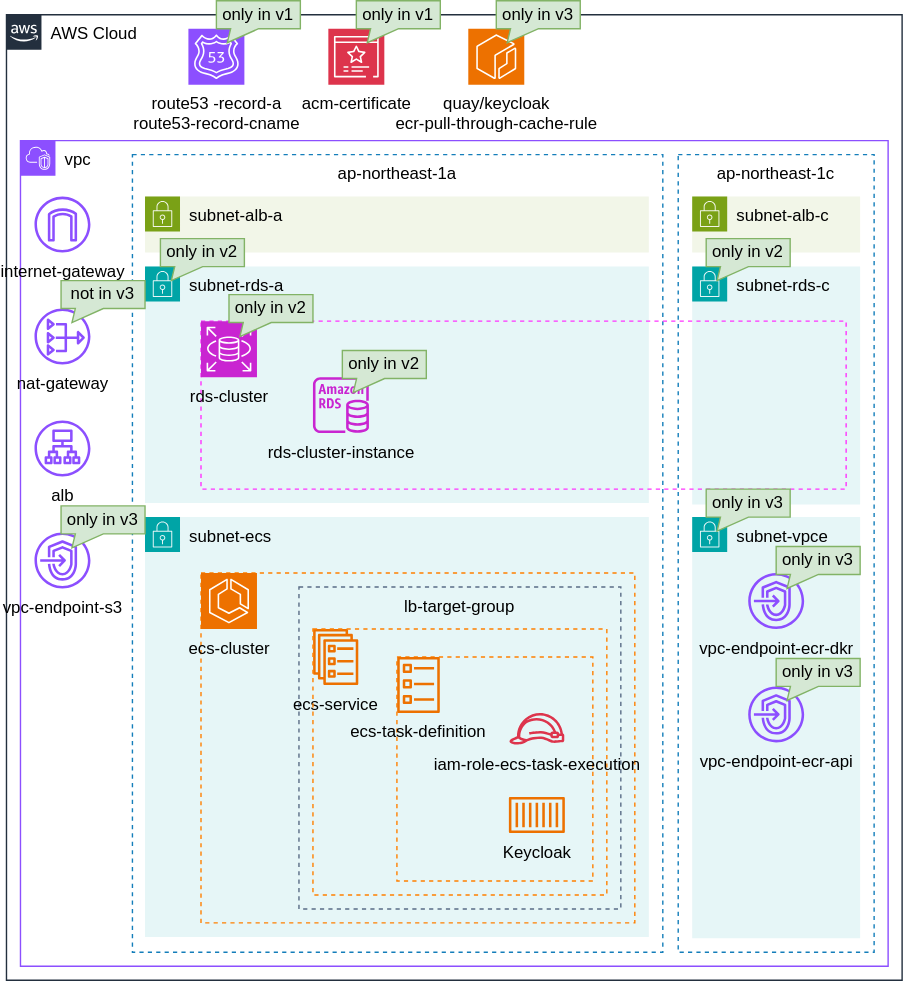
Before: AWS/tf-keycloak/tf-keycloak.drawio.svg, a diagram exported from draw.io (cksittech/terraform-templates). Source tidied: cells renumbered, new cells last; positions are measured from the earlier drawing's top-left corner, leaving out a move shared by most shapes.
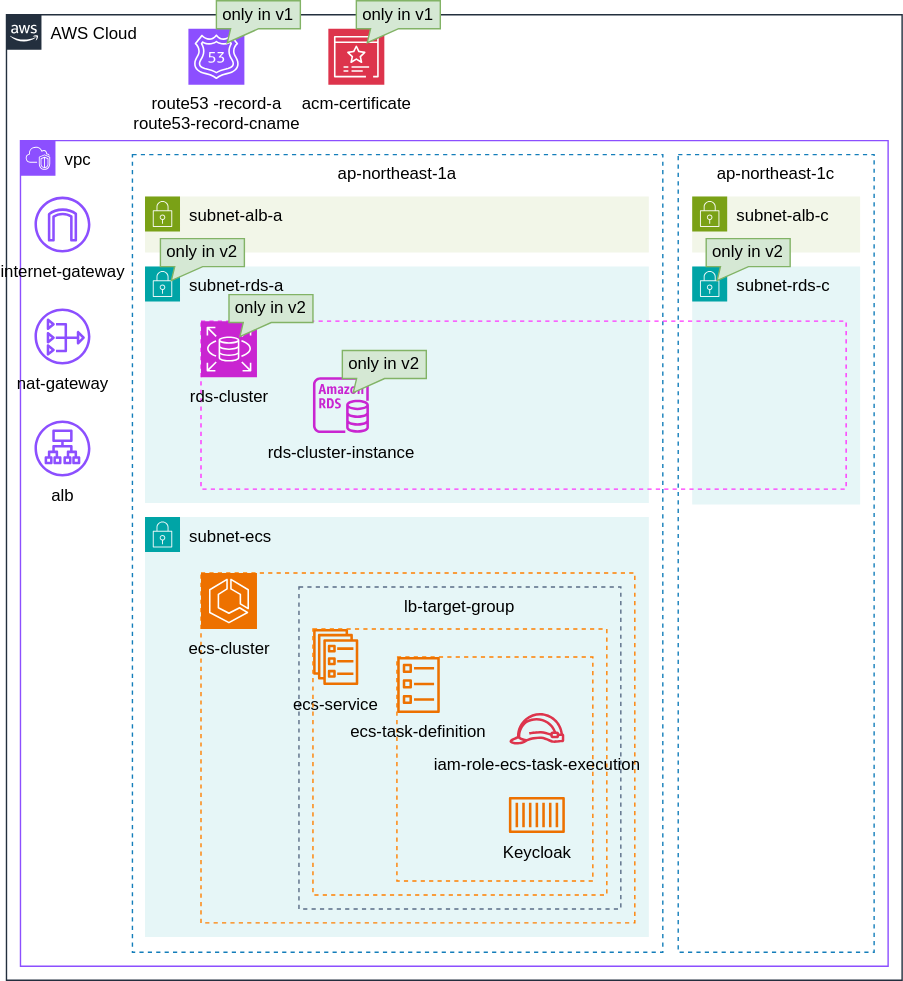
After the commit.

What changed in the source:
```diff
@@ -11,9 +11,6 @@
     <mxCell id="4" value="acm-certificate" style="sketch=0;fontColor=#000000;fillColor=#DD344C;strokeColor=#ffffff;dashed=0;verticalLabelPosition=bottom;verticalAlign=top;align=center;html=1;fontSize=12;fontStyle=0;shape=mxgraph.aws4.resourceIcon;resIcon=mxgraph.aws4.certificate_manager_3;" parent="2" vertex="1">
       <mxGeometry x="230" y="10" width="40" height="40" as="geometry" />
     </mxCell>
-    <mxCell id="5" value="&lt;font style=&quot;color: rgb(0, 0, 0);&quot;&gt;quay/keycloak&lt;/font&gt;&lt;div&gt;&lt;font style=&quot;color: rgb(0, 0, 0);&quot;&gt;ecr-pull-through-cache-rule&lt;/font&gt;&lt;/div&gt;" style="sketch=0;fontColor=#232F3E;fillColor=#ED7100;strokeColor=#ffffff;dashed=0;verticalLabelPosition=bottom;verticalAlign=top;align=center;html=1;fontSize=12;fontStyle=0;shape=mxgraph.aws4.resourceIcon;resIcon=mxgraph.aws4.ecr;" parent="2" vertex="1">
-      <mxGeometry x="330" y="10" width="40" height="40" as="geometry" />
-    </mxCell>
     <mxCell id="6" value="&lt;div&gt;&lt;span style=&quot;background-color: transparent;&quot;&gt;&lt;font style=&quot;color: rgb(0, 0, 0);&quot;&gt;vpc&lt;/font&gt;&lt;/span&gt;&lt;/div&gt;" style="gradientColor=none;html=1;whiteSpace=wrap;fontSize=12;fontStyle=0;shape=mxgraph.aws4.group;grIcon=mxgraph.aws4.group_vpc2;strokeColor=#8C4FFF;fillColor=none;verticalAlign=top;align=left;spacingLeft=30;fontColor=#000000;dashed=0;" parent="1" vertex="1">
       <mxGeometry x="10" y="100" width="620" height="590" as="geometry" />
     </mxCell>
@@ -98,41 +95,11 @@
     <mxCell id="33" value="only in v2" style="shape=callout;whiteSpace=wrap;html=1;perimeter=calloutPerimeter;fillColor=#d5e8d4;strokeColor=#82b366;size=10;position=0.17;base=20;position2=0.13;" parent="6" vertex="1">
       <mxGeometry x="490" y="70" width="60" height="30" as="geometry" />
     </mxCell>
-    <mxCell id="34" value="subnet-vpce" style="gradientColor=none;html=1;whiteSpace=wrap;fontSize=12;fontStyle=0;shape=mxgraph.aws4.group;grIcon=mxgraph.aws4.group_security_group;grStroke=0;strokeColor=#00A4A6;fillColor=#E6F6F7;verticalAlign=top;align=left;spacingLeft=30;fontColor=#000000;dashed=0;" parent="6" vertex="1">
-      <mxGeometry x="480" y="269" width="120" height="301" as="geometry" />
-    </mxCell>
-    <mxCell id="35" value="&lt;font style=&quot;color: rgb(0, 0, 0);&quot;&gt;vpc-endpoint-s3&lt;/font&gt;" style="sketch=0;fontColor=#000000;gradientColor=none;fillColor=#8C4FFF;strokeColor=none;dashed=0;verticalLabelPosition=bottom;verticalAlign=top;align=center;html=1;fontSize=12;fontStyle=0;shape=mxgraph.aws4.endpoints;" parent="6" vertex="1">
-      <mxGeometry x="10" y="280" width="40" height="40" as="geometry" />
-    </mxCell>
-    <mxCell id="36" value="vpc-endpoint-ecr-api" style="sketch=0;fontColor=#000000;gradientColor=none;fillColor=#8C4FFF;strokeColor=none;dashed=0;verticalLabelPosition=bottom;verticalAlign=top;align=center;html=1;fontSize=12;fontStyle=0;shape=mxgraph.aws4.endpoints;" parent="6" vertex="1">
-      <mxGeometry x="520" y="390" width="40" height="40" as="geometry" />
-    </mxCell>
-    <mxCell id="37" value="&lt;font style=&quot;color: rgb(0, 0, 0);&quot;&gt;vpc-endpoint-ecr-dkr&lt;/font&gt;" style="sketch=0;fontColor=#000000;gradientColor=none;fillColor=#8C4FFF;strokeColor=none;dashed=0;verticalLabelPosition=bottom;verticalAlign=top;align=center;html=1;fontSize=12;fontStyle=0;shape=mxgraph.aws4.endpoints;" parent="6" vertex="1">
-      <mxGeometry x="520" y="309" width="40" height="40" as="geometry" />
-    </mxCell>
-    <mxCell id="38" value="only in v3" style="shape=callout;whiteSpace=wrap;html=1;perimeter=calloutPerimeter;fillColor=#d5e8d4;strokeColor=#82b366;size=10;position=0.17;base=20;position2=0.13;" parent="6" vertex="1">
-      <mxGeometry x="29" y="261" width="60" height="30" as="geometry" />
-    </mxCell>
-    <mxCell id="39" value="only in v3" style="shape=callout;whiteSpace=wrap;html=1;perimeter=calloutPerimeter;fillColor=#d5e8d4;strokeColor=#82b366;size=10;position=0.17;base=20;position2=0.13;" parent="6" vertex="1">
-      <mxGeometry x="540" y="290" width="60" height="30" as="geometry" />
-    </mxCell>
-    <mxCell id="40" value="only in v3" style="shape=callout;whiteSpace=wrap;html=1;perimeter=calloutPerimeter;fillColor=#d5e8d4;strokeColor=#82b366;size=10;position=0.17;base=20;position2=0.13;" parent="6" vertex="1">
-      <mxGeometry x="540" y="370" width="60" height="30" as="geometry" />
-    </mxCell>
-    <mxCell id="41" value="only in v3" style="shape=callout;whiteSpace=wrap;html=1;perimeter=calloutPerimeter;fillColor=#d5e8d4;strokeColor=#82b366;size=10;position=0.17;base=20;position2=0.13;" parent="6" vertex="1">
-      <mxGeometry x="490" y="249" width="60" height="30" as="geometry" />
-    </mxCell>
-    <mxCell id="42" value="not in v3" style="shape=callout;whiteSpace=wrap;html=1;perimeter=calloutPerimeter;fillColor=#d5e8d4;strokeColor=#82b366;size=10;position=0.17;base=20;position2=0.13;" parent="6" vertex="1">
-      <mxGeometry x="29" y="100" width="60" height="30" as="geometry" />
-    </mxCell>
     <mxCell id="43" value="only in v1" style="shape=callout;whiteSpace=wrap;html=1;perimeter=calloutPerimeter;fillColor=#d5e8d4;strokeColor=#82b366;size=10;position=0.17;base=20;position2=0.13;" parent="1" vertex="1">
       <mxGeometry x="150" width="60" height="30" as="geometry" />
     </mxCell>
     <mxCell id="44" value="only in v1" style="shape=callout;whiteSpace=wrap;html=1;perimeter=calloutPerimeter;fillColor=#d5e8d4;strokeColor=#82b366;size=10;position=0.17;base=20;position2=0.13;" parent="1" vertex="1">
       <mxGeometry x="250" width="60" height="30" as="geometry" />
     </mxCell>
-    <mxCell id="45" value="only in v3" style="shape=callout;whiteSpace=wrap;html=1;perimeter=calloutPerimeter;fillColor=#d5e8d4;strokeColor=#82b366;size=10;position=0.17;base=20;position2=0.13;" parent="1" vertex="1">
-      <mxGeometry x="350" width="60" height="30" as="geometry" />
-    </mxCell>
   </root>
 </mxGraphModel>
```
